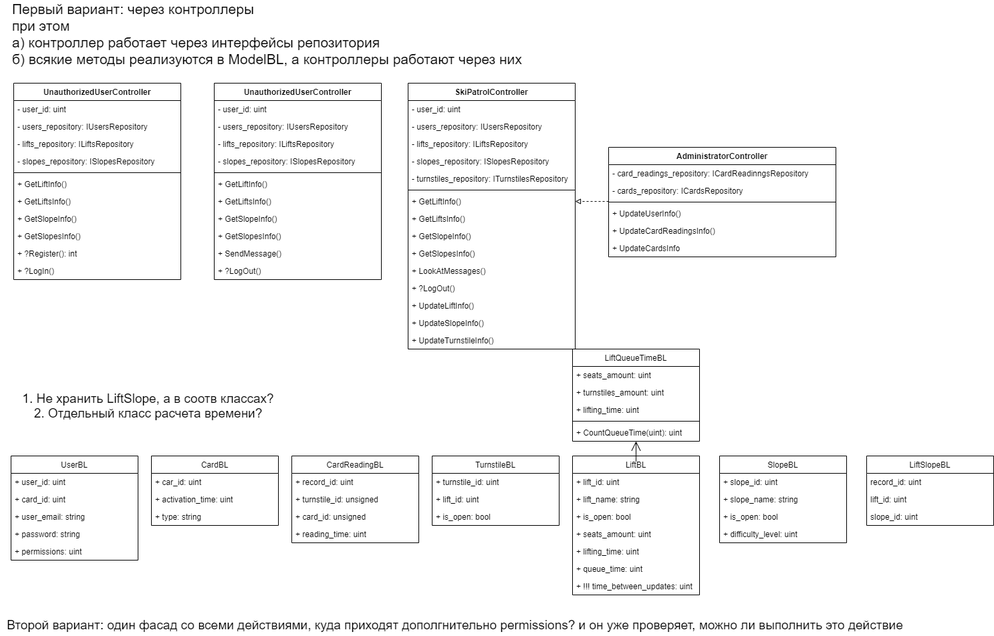
alena-zayts/BMSTU_6sem_software_design keeps this draw.io diagram as docs/imgs/uml/buisiness_logic1.png. Above is the earlier version. Source tidied: cells renumbered, new cells last; positions are measured from the earlier drawing's top-left corner, leaving out a move shared by most shapes.
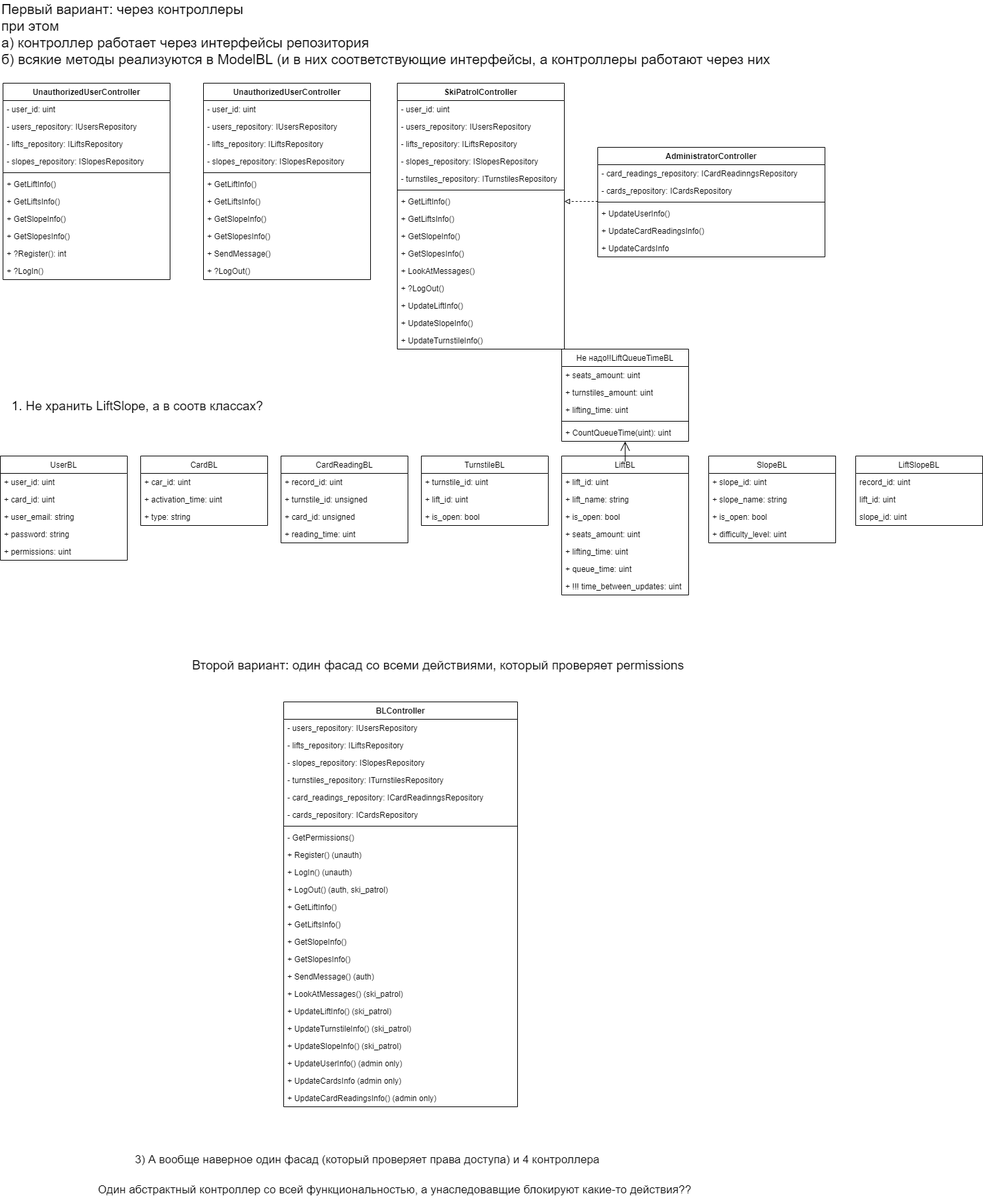
After the change.

The edit, as a diff of the source:
```diff
@@ -110,7 +110,7 @@
     <mxCell id="37" value="slope_id: uint" style="text;strokeColor=none;fillColor=none;align=left;verticalAlign=top;spacingLeft=4;spacingRight=4;overflow=hidden;" parent="34" vertex="1">
       <mxGeometry y="78" width="190" height="26" as="geometry" />
     </mxCell>
-    <mxCell id="38" value="LiftQueueTimeBL" style="swimlane;fontStyle=0;align=center;verticalAlign=top;horizontal=1;startSize=26;" parent="1" vertex="1">
+    <mxCell id="38" value="Не надо!!LiftQueueTimeBL" style="swimlane;fontStyle=0;align=center;verticalAlign=top;horizontal=1;startSize=26;" parent="1" vertex="1">
       <mxGeometry x="856" y="522" width="190" height="138" as="geometry" />
     </mxCell>
     <mxCell id="39" value="+ seats_amount: uint" style="text;strokeColor=none;fillColor=none;align=left;verticalAlign=top;spacingLeft=4;spacingRight=4;overflow=hidden;" parent="38" vertex="1">
@@ -277,14 +277,92 @@
         <mxPoint x="910" y="301" as="sourcePoint" />
       </mxGeometry>
     </mxCell>
-    <mxCell id="93" value="Первый вариант: через контроллеры&lt;br style=&quot;font-size: 21px;&quot;&gt;при этом&lt;br style=&quot;font-size: 21px;&quot;&gt;а) контроллер работает через интерфейсы репозитория&lt;br style=&quot;font-size: 21px;&quot;&gt;б) всякие методы реализуются в ModelBL, а контроллеры работают через них" style="text;html=1;align=left;verticalAlign=middle;fontSize=21;" parent="1" vertex="1">
-      <mxGeometry x="16" width="780" height="100" as="geometry" />
+    <mxCell id="93" value="Первый вариант: через контроллеры&lt;br style=&quot;font-size: 21px&quot;&gt;при этом&lt;br style=&quot;font-size: 21px&quot;&gt;а) контроллер работает через интерфейсы репозитория&lt;br style=&quot;font-size: 21px&quot;&gt;б) всякие методы реализуются в ModelBL (и в них соответствующие интерфейсы, а контроллеры работают через них" style="text;html=1;align=left;verticalAlign=middle;fontSize=21;" parent="1" vertex="1">
+      <mxGeometry x="16" width="1170" height="100" as="geometry" />
     </mxCell>
-    <mxCell id="94" value="1. Не хранить LiftSlope, а в соотв классах?&lt;br style=&quot;font-size: 19px;&quot;&gt;2. Отдельный класс расчета времени?" style="text;html=1;align=center;verticalAlign=middle;fontSize=19;" parent="1" vertex="1">
-      <mxGeometry x="26" y="582" width="390" height="50" as="geometry" />
+    <mxCell id="94" value="1. Не хранить LiftSlope, а в соотв классах?" style="text;html=1;align=center;verticalAlign=middle;fontSize=19;" parent="1" vertex="1">
+      <mxGeometry x="26" y="592" width="390" height="30" as="geometry" />
     </mxCell>
-    <mxCell id="95" value="Второй вариант: один фасад со всеми действиями, куда приходят дополгнительно permissions? и он уже проверяет, можно ли выполнить это действие" style="text;html=1;align=center;verticalAlign=middle;fontSize=19;" parent="1" vertex="1">
-      <mxGeometry y="920" width="1360" height="30" as="geometry" />
+    <mxCell id="95" value="Второй вариант: один фасад со всеми действиями, который проверяет permissions" style="text;html=1;align=center;verticalAlign=middle;fontSize=19;" parent="1" vertex="1">
+      <mxGeometry x="296" y="980" width="750" height="30" as="geometry" />
     </mxCell>
+    <mxCell id="96" value="BLController" style="swimlane;fontStyle=1;align=center;verticalAlign=top;horizontal=1;startSize=26;" parent="1" vertex="1">
+      <mxGeometry x="440" y="1050" width="350" height="606" as="geometry" />
+    </mxCell>
+    <mxCell id="97" value="- users_repository: IUsersRepository" style="text;strokeColor=none;fillColor=none;align=left;verticalAlign=top;spacingLeft=4;spacingRight=4;overflow=hidden;" parent="96" vertex="1">
+      <mxGeometry y="26" width="350" height="26" as="geometry" />
+    </mxCell>
+    <mxCell id="98" value="- lifts_repository: ILiftsRepository" style="text;strokeColor=none;fillColor=none;align=left;verticalAlign=top;spacingLeft=4;spacingRight=4;overflow=hidden;" parent="96" vertex="1">
+      <mxGeometry y="52" width="350" height="26" as="geometry" />
+    </mxCell>
+    <mxCell id="99" value="- slopes_repository: ISlopesRepository" style="text;strokeColor=none;fillColor=none;align=left;verticalAlign=top;spacingLeft=4;spacingRight=4;overflow=hidden;" parent="96" vertex="1">
+      <mxGeometry y="78" width="350" height="26" as="geometry" />
+    </mxCell>
+    <mxCell id="100" value="- turnstiles_repository: ITurnstilesRepository" style="text;strokeColor=none;fillColor=none;align=left;verticalAlign=top;spacingLeft=4;spacingRight=4;overflow=hidden;" parent="96" vertex="1">
+      <mxGeometry y="104" width="350" height="26" as="geometry" />
+    </mxCell>
+    <mxCell id="101" value="- card_readings_repository: ICardReadinngsRepository" style="text;strokeColor=none;fillColor=none;align=left;verticalAlign=top;spacingLeft=4;spacingRight=4;overflow=hidden;" parent="96" vertex="1">
+      <mxGeometry y="130" width="350" height="26" as="geometry" />
+    </mxCell>
+    <mxCell id="102" value="- cards_repository: ICardsRepository" style="text;strokeColor=none;fillColor=none;align=left;verticalAlign=top;spacingLeft=4;spacingRight=4;overflow=hidden;" parent="96" vertex="1">
+      <mxGeometry y="156" width="350" height="26" as="geometry" />
+    </mxCell>
+    <mxCell id="103" style="line;strokeWidth=1;fillColor=none;align=left;verticalAlign=middle;spacingTop=-1;spacingLeft=3;spacingRight=3;labelPosition=right;" parent="96" vertex="1">
+      <mxGeometry y="182" width="350" height="8" as="geometry" />
+    </mxCell>
+    <mxCell id="104" value="- GetPermissions()" style="text;strokeColor=none;fillColor=none;align=left;verticalAlign=top;spacingLeft=4;spacingRight=4;overflow=hidden;" parent="96" vertex="1">
+      <mxGeometry y="190" width="350" height="26" as="geometry" />
+    </mxCell>
+    <mxCell id="105" value="+ Register() (unauth)&#10;" style="text;strokeColor=none;fillColor=none;align=left;verticalAlign=top;spacingLeft=4;spacingRight=4;overflow=hidden;" parent="96" vertex="1">
+      <mxGeometry y="216" width="350" height="26" as="geometry" />
+    </mxCell>
+    <mxCell id="106" value="+ LogIn() (unauth)" style="text;strokeColor=none;fillColor=none;align=left;verticalAlign=top;spacingLeft=4;spacingRight=4;overflow=hidden;" parent="96" vertex="1">
+      <mxGeometry y="242" width="350" height="26" as="geometry" />
+    </mxCell>
+    <mxCell id="107" value="+ LogOut() (auth, ski_patrol)" style="text;strokeColor=none;fillColor=none;align=left;verticalAlign=top;spacingLeft=4;spacingRight=4;overflow=hidden;" parent="96" vertex="1">
+      <mxGeometry y="268" width="350" height="26" as="geometry" />
+    </mxCell>
+    <mxCell id="108" value="+ GetLiftInfo()" style="text;strokeColor=none;fillColor=none;align=left;verticalAlign=top;spacingLeft=4;spacingRight=4;overflow=hidden;" parent="96" vertex="1">
+      <mxGeometry y="294" width="350" height="26" as="geometry" />
+    </mxCell>
+    <mxCell id="109" value="+ GetLiftsInfo()" style="text;strokeColor=none;fillColor=none;align=left;verticalAlign=top;spacingLeft=4;spacingRight=4;overflow=hidden;" parent="96" vertex="1">
+      <mxGeometry y="320" width="350" height="26" as="geometry" />
+    </mxCell>
+    <mxCell id="110" value="+ GetSlopeInfo()" style="text;strokeColor=none;fillColor=none;align=left;verticalAlign=top;spacingLeft=4;spacingRight=4;overflow=hidden;" parent="96" vertex="1">
+      <mxGeometry y="346" width="350" height="26" as="geometry" />
+    </mxCell>
+    <mxCell id="111" value="+ GetSlopesInfo()" style="text;strokeColor=none;fillColor=none;align=left;verticalAlign=top;spacingLeft=4;spacingRight=4;overflow=hidden;" parent="96" vertex="1">
+      <mxGeometry y="372" width="350" height="26" as="geometry" />
+    </mxCell>
+    <mxCell id="112" value="+ SendMessage() (auth)" style="text;strokeColor=none;fillColor=none;align=left;verticalAlign=top;spacingLeft=4;spacingRight=4;overflow=hidden;" parent="96" vertex="1">
+      <mxGeometry y="398" width="350" height="26" as="geometry" />
+    </mxCell>
+    <mxCell id="113" value="+ LookAtMessages() (ski_patrol)" style="text;strokeColor=none;fillColor=none;align=left;verticalAlign=top;spacingLeft=4;spacingRight=4;overflow=hidden;" parent="96" vertex="1">
+      <mxGeometry y="424" width="350" height="26" as="geometry" />
+    </mxCell>
+    <mxCell id="114" value="+ UpdateLiftInfo() (ski_patrol)" style="text;strokeColor=none;fillColor=none;align=left;verticalAlign=top;spacingLeft=4;spacingRight=4;overflow=hidden;" parent="96" vertex="1">
+      <mxGeometry y="450" width="350" height="26" as="geometry" />
+    </mxCell>
+    <mxCell id="115" value="+ UpdateTurnstileInfo() (ski_patrol)" style="text;strokeColor=none;fillColor=none;align=left;verticalAlign=top;spacingLeft=4;spacingRight=4;overflow=hidden;" parent="96" vertex="1">
+      <mxGeometry y="476" width="350" height="26" as="geometry" />
+    </mxCell>
+    <mxCell id="116" value="+ UpdateSlopeInfo() (ski_patrol)" style="text;strokeColor=none;fillColor=none;align=left;verticalAlign=top;spacingLeft=4;spacingRight=4;overflow=hidden;" parent="96" vertex="1">
+      <mxGeometry y="502" width="350" height="26" as="geometry" />
+    </mxCell>
+    <mxCell id="117" value="+ UpdateUserInfo() (admin only)" style="text;strokeColor=none;fillColor=none;align=left;verticalAlign=top;spacingLeft=4;spacingRight=4;overflow=hidden;" parent="96" vertex="1">
+      <mxGeometry y="528" width="350" height="26" as="geometry" />
+    </mxCell>
+    <mxCell id="118" value="+ UpdateCardsInfo (admin only)" style="text;strokeColor=none;fillColor=none;align=left;verticalAlign=top;spacingLeft=4;spacingRight=4;overflow=hidden;" parent="96" vertex="1">
+      <mxGeometry y="554" width="350" height="26" as="geometry" />
+    </mxCell>
+    <mxCell id="119" value="+ UpdateCardReadingsInfo() (admin only)" style="text;strokeColor=none;fillColor=none;align=left;verticalAlign=top;spacingLeft=4;spacingRight=4;overflow=hidden;" parent="96" vertex="1">
+      <mxGeometry y="580" width="350" height="26" as="geometry" />
+    </mxCell>
+    <mxCell id="120" value="3) А вообще наверное один фасад (который проверяет права доступа) и 4 контроллера" style="text;html=1;align=center;verticalAlign=middle;fontSize=17;" parent="1" vertex="1">
+      <mxGeometry x="210" y="1720" width="710" height="30" as="geometry" />
+    </mxCell>
+    <mxCell id="121" value="Один абстрактный контроллер со всей функциональностью, а унаследовавщие блокируют какие-то действия??" style="text;html=1;align=center;verticalAlign=middle;fontSize=17;" parent="1" vertex="1">
+      <mxGeometry x="156" y="1765" width="900" height="30" as="geometry" />
+    </mxCell>
   </root>
 </mxGraphModel>
```
